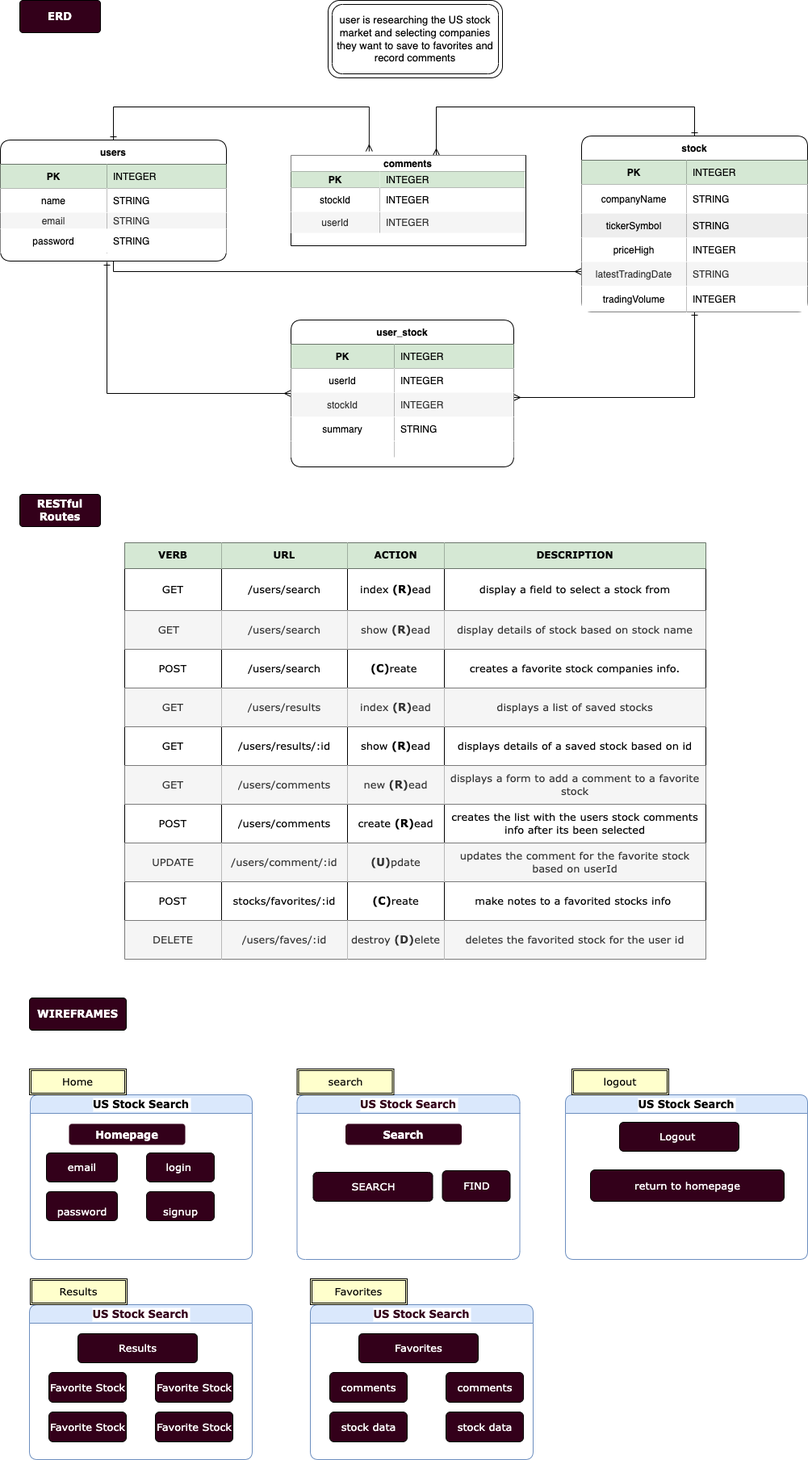
This is ERD.drawio.png from Professorsurf/Project-2, a draw.io export, as it was before one commit. Source tidied: cells renumbered, new cells last; positions are measured from the earlier drawing's top-left corner, leaving out a move shared by most shapes.
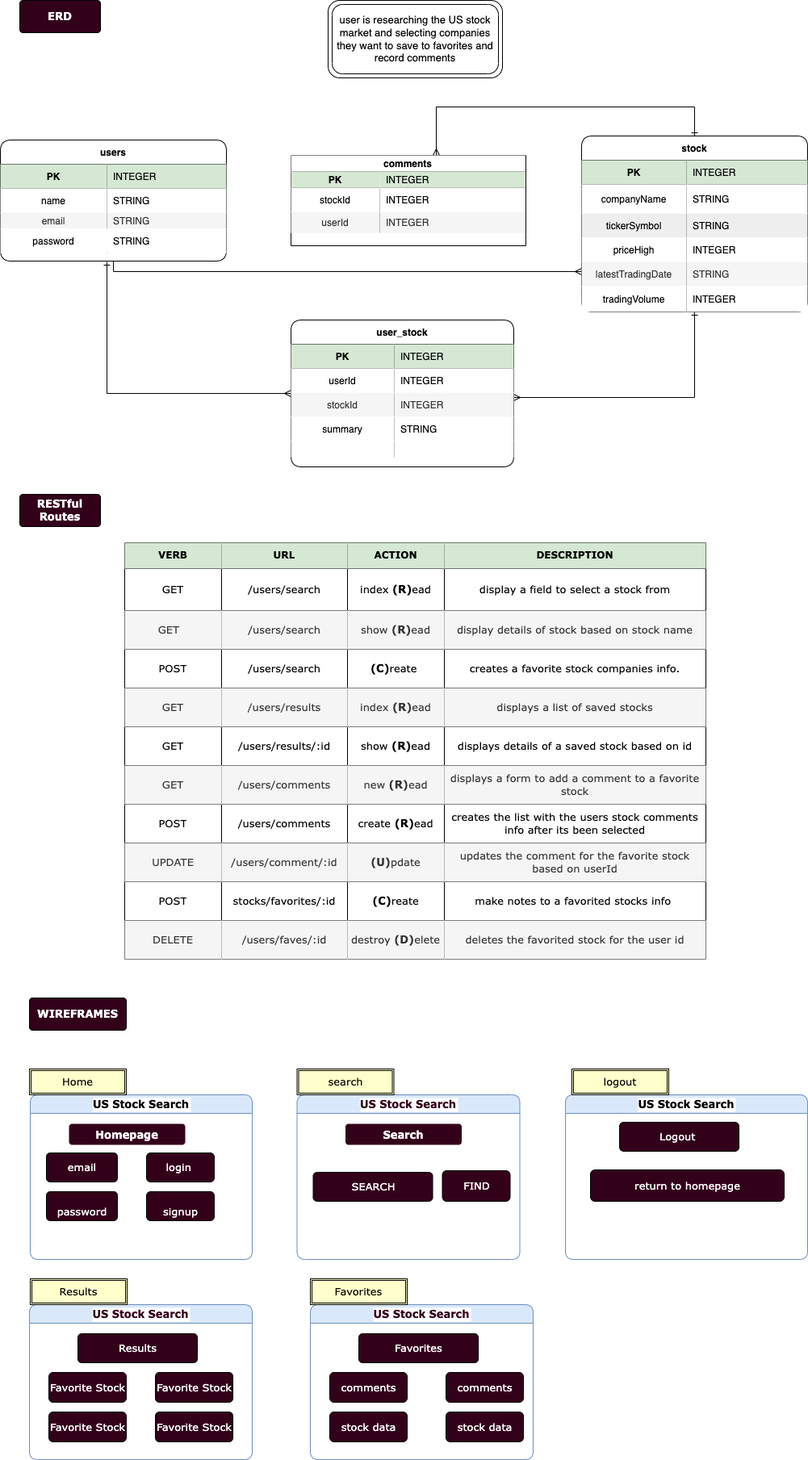
The same file after the commit.

Change to the diagram source:
```diff
@@ -2,14 +2,6 @@
   <root>
     <mxCell id="0" />
     <mxCell id="1" parent="0" />
-    <mxCell id="2" style="edgeStyle=orthogonalEdgeStyle;rounded=0;jettySize=auto;html=1;startArrow=ERmany;startFill=0;endArrow=ERone;endFill=0;exitX=0.334;exitY=-0.25;exitDx=0;exitDy=0;exitPerimeter=0;" parent="1" edge="1" source="147" target="4">
-      <mxGeometry relative="1" as="geometry">
-        <Array as="points">
-          <mxPoint x="457" y="132" />
-          <mxPoint x="140" y="132" />
-        </Array>
-      </mxGeometry>
-    </mxCell>
     <mxCell id="3" style="edgeStyle=orthogonalEdgeStyle;rounded=0;jettySize=auto;html=1;endArrow=ERmany;endFill=0;" parent="1" edge="1" source="4" target="18">
       <mxGeometry relative="1" as="geometry">
         <Array as="points">
```
